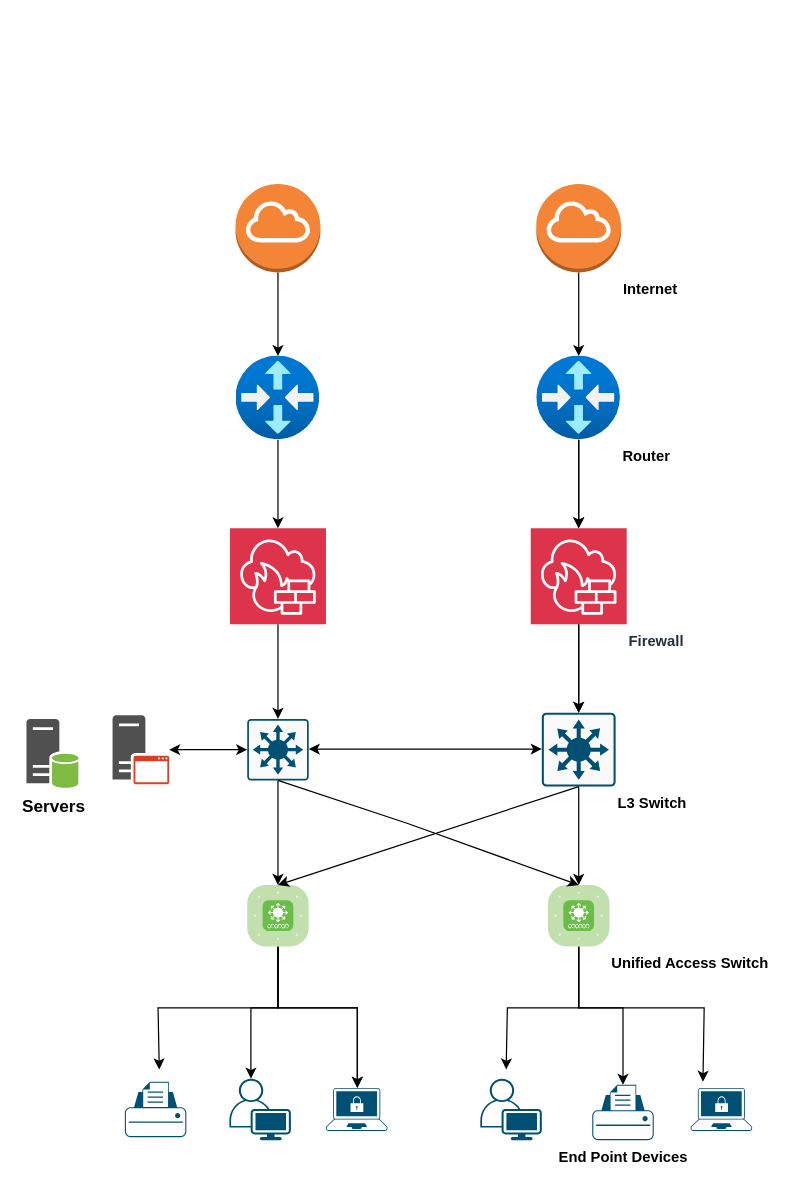
Earlier version of the draw.io diagram page "network Architecture" (3 of 3) of Untitled Diagram.drawio (BhanuTeja76/DBS). Source tidied: cells renumbered, new cells numbered last; positions are measured from the earlier drawing's top-left corner, leaving out a move shared by most shapes. Both pictures are drawn from the tidied source at 123%, with x=0, y=0 at pixel (26, 183).
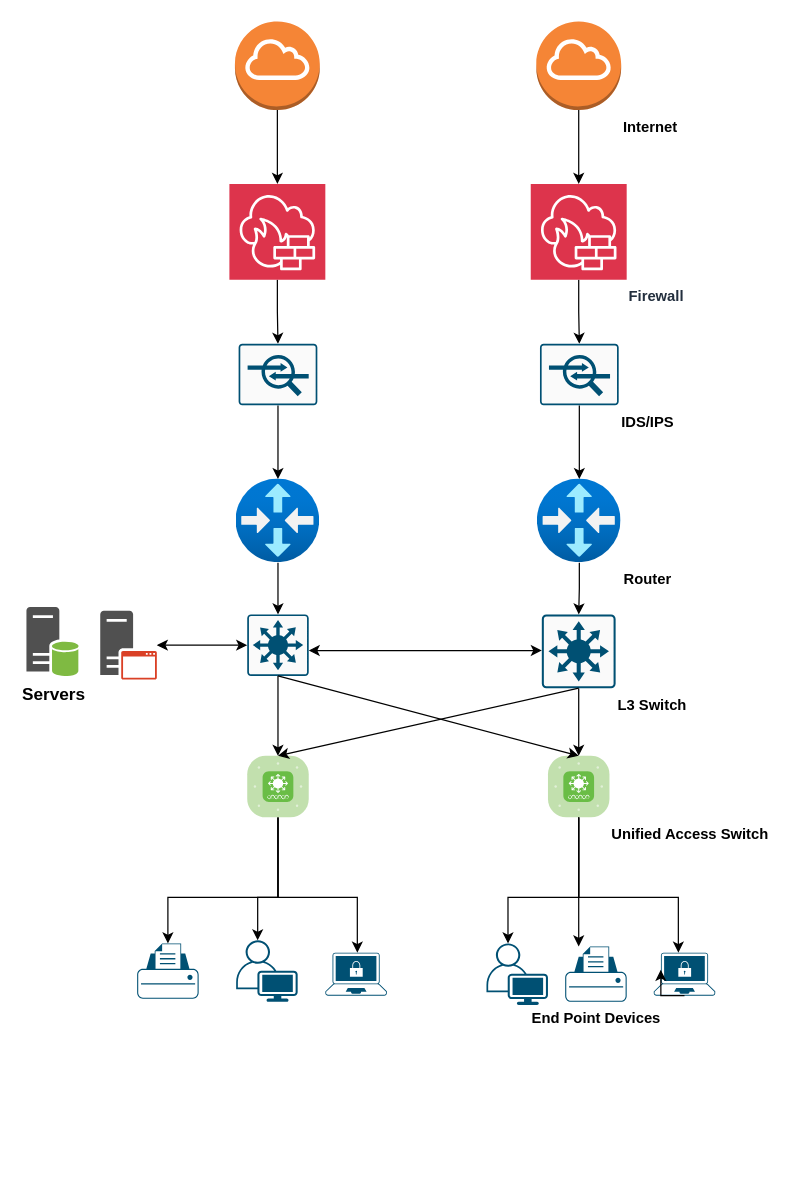
The same page after the edit.

Commit message:
Network Architecture Diagram

The edit, as a diff of the source:
```diff
@@
-    <mxCell id="2" style="edgeStyle=orthogonalEdgeStyle;rounded=0;jettySize=auto;html=1;" parent="1" edge="1" source="3" target="10">
-      <mxGeometry relative="1" as="geometry" />
-    </mxCell>
+    <mxCell id="41" style="edgeStyle=orthogonalEdgeStyle;rounded=0;jettySize=auto;html=1;" parent="1" edge="1" source="3" target="16">
+      <mxGeometry relative="1" as="geometry" />
+    </mxCell>
     <mxCell id="3" style="outlineConnect=0;dashed=0;verticalLabelPosition=bottom;verticalAlign=top;align=center;html=1;shape=mxgraph.aws3.internet_gateway;fillColor=#F58536;gradientColor=none;" parent="1" vertex="1">
-      <mxGeometry x="170" width="69" height="72" as="geometry" />
+      <mxGeometry x="169.5" y="-132" width="69" height="72" as="geometry" />
     </mxCell>
-    <mxCell id="4" style="edgeStyle=orthogonalEdgeStyle;rounded=0;jettySize=auto;html=1;" parent="1" edge="1" source="5" target="8">
-      <mxGeometry relative="1" as="geometry" />
-    </mxCell>
+    <mxCell id="42" style="edgeStyle=orthogonalEdgeStyle;rounded=0;jettySize=auto;html=1;" parent="1" edge="1" source="5" target="19">
+      <mxGeometry relative="1" as="geometry" />
+    </mxCell>
     <mxCell id="5" value="Internet" style="outlineConnect=0;dashed=0;verticalLabelPosition=bottom;verticalAlign=top;align=left;shape=mxgraph.aws3.internet_gateway;fillColor=#F58536;gradientColor=none;labelBackgroundColor=default;textShadow=0;fontStyle=1;labelPosition=right;" parent="1" vertex="1">
-      <mxGeometry x="414.5" width="69" height="72" as="geometry" />
+      <mxGeometry x="414.5" y="-132" width="69" height="72" as="geometry" />
     </mxCell>
-    <mxCell id="6" style="edgeStyle=orthogonalEdgeStyle;rounded=0;jettySize=auto;html=1;" parent="1" edge="1" source="8" target="19">
-      <mxGeometry relative="1" as="geometry" />
-    </mxCell>
-    <mxCell id="7" style="edgeStyle=orthogonalEdgeStyle;rounded=0;jettySize=auto;html=1;" parent="1" edge="1" source="8" target="19">
-      <mxGeometry relative="1" as="geometry" />
-    </mxCell>
-    <mxCell id="8" value="Router&lt;div&gt;&lt;br&gt;&lt;/div&gt;" style="image;html=1;points=[];align=left;fontSize=12;image=img/lib/azure2/networking/Virtual_Router.svg;fontStyle=1;labelPosition=right;verticalLabelPosition=bottom;verticalAlign=top;" parent="1" vertex="1">
-      <mxGeometry x="415" y="140" width="68" height="68" as="geometry" />
-    </mxCell>
-    <mxCell id="9" style="edgeStyle=orthogonalEdgeStyle;rounded=0;jettySize=auto;html=1;" parent="1" edge="1" source="10" target="16">
-      <mxGeometry relative="1" as="geometry" />
-    </mxCell>
-    <mxCell id="10" style="image;html=1;points=[];align=center;fontSize=12;image=img/lib/azure2/networking/Virtual_Router.svg;" parent="1" vertex="1">
-      <mxGeometry x="170.5" y="140" width="68" height="68" as="geometry" />
-    </mxCell>
@@
     <mxCell id="12" value="L3 Switch&lt;div&gt;&lt;br&gt;&lt;/div&gt;" style="sketch=0;points=[[0.015,0.015,0],[0.985,0.015,0],[0.985,0.985,0],[0.015,0.985,0],[0.25,0,0],[0.5,0,0],[0.75,0,0],[1,0.25,0],[1,0.5,0],[1,0.75,0],[0.75,1,0],[0.5,1,0],[0.25,1,0],[0,0.75,0],[0,0.5,0],[0,0.25,0]];verticalLabelPosition=bottom;html=1;verticalAlign=top;align=left;shape=mxgraph.cisco19.rect;prIcon=l3_switch;fillColor=#FAFAFA;strokeColor=#005073;fontStyle=1;labelPosition=right;" parent="1" vertex="1">
-      <mxGeometry x="419" y="430" width="60" height="60" as="geometry" />
+      <mxGeometry x="419" y="350" width="60" height="60" as="geometry" />
     </mxCell>
@@
     <mxCell id="14" style="sketch=0;points=[[0.015,0.015,0],[0.985,0.015,0],[0.985,0.985,0],[0.015,0.985,0],[0.25,0,0],[0.5,0,0],[0.75,0,0],[1,0.25,0],[1,0.5,0],[1,0.75,0],[0.75,1,0],[0.5,1,0],[0.25,1,0],[0,0.75,0],[0,0.5,0],[0,0.25,0]];verticalLabelPosition=bottom;html=1;verticalAlign=top;align=center;shape=mxgraph.cisco19.rect;prIcon=l3_switch;fillColor=#FAFAFA;strokeColor=#005073;" parent="1" vertex="1">
-      <mxGeometry x="179.5" y="435" width="50" height="50" as="geometry" />
+      <mxGeometry x="179.5" y="350" width="50" height="50" as="geometry" />
     </mxCell>
-    <mxCell id="15" style="edgeStyle=orthogonalEdgeStyle;rounded=0;jettySize=auto;html=1;" parent="1" edge="1" source="16" target="14">
+    <mxCell id="15" style="edgeStyle=orthogonalEdgeStyle;rounded=0;jettySize=auto;html=1;" parent="1" edge="1" source="10" target="14">
       <mxGeometry relative="1" as="geometry" />
     </mxCell>
+    <mxCell id="43" style="edgeStyle=orthogonalEdgeStyle;rounded=0;jettySize=auto;html=1;" parent="1" edge="1" source="16" target="49">
+      <mxGeometry relative="1" as="geometry" />
+    </mxCell>
     <mxCell id="16" style="sketch=0;points=[[0,0,0],[0.25,0,0],[0.5,0,0],[0.75,0,0],[1,0,0],[0,1,0],[0.25,1,0],[0.5,1,0],[0.75,1,0],[1,1,0],[0,0.25,0],[0,0.5,0],[0,0.75,0],[1,0.25,0],[1,0.5,0],[1,0.75,0]];outlineConnect=0;fontColor=#232F3E;fillColor=#DD344C;strokeColor=#ffffff;dashed=0;verticalLabelPosition=bottom;verticalAlign=top;align=center;html=1;fontSize=12;fontStyle=0;shape=mxgraph.aws4.resourceIcon;resIcon=mxgraph.aws4.network_firewall;" parent="1" vertex="1">
-      <mxGeometry x="165.5" y="280" width="78" height="78" as="geometry" />
+      <mxGeometry x="165" width="78" height="78" as="geometry" />
     </mxCell>
-    <mxCell id="17" style="edgeStyle=orthogonalEdgeStyle;rounded=0;jettySize=auto;html=1;" parent="1" edge="1" source="19" target="12">
-      <mxGeometry relative="1" as="geometry" />
-    </mxCell>
-    <mxCell id="18" style="edgeStyle=orthogonalEdgeStyle;rounded=0;jettySize=auto;html=1;" parent="1" edge="1" source="19" target="12">
+    <mxCell id="18" style="edgeStyle=orthogonalEdgeStyle;rounded=0;jettySize=auto;html=1;" parent="1" edge="1" source="8" target="12">
       <mxGeometry relative="1" as="geometry" />
     </mxCell>
+    <mxCell id="44" style="edgeStyle=orthogonalEdgeStyle;rounded=0;jettySize=auto;html=1;" parent="1" edge="1" source="19" target="51">
+      <mxGeometry relative="1" as="geometry" />
+    </mxCell>
     <mxCell id="19" value="Firewall" style="sketch=0;points=[[0,0,0],[0.25,0,0],[0.5,0,0],[0.75,0,0],[1,0,0],[0,1,0],[0.25,1,0],[0.5,1,0],[0.75,1,0],[1,1,0],[0,0.25,0],[0,0.5,0],[0,0.75,0],[1,0.25,0],[1,0.5,0],[1,0.75,0]];outlineConnect=0;fontColor=#232F3E;fillColor=#DD344C;strokeColor=#ffffff;dashed=0;verticalLabelPosition=bottom;verticalAlign=top;align=left;html=1;fontSize=12;fontStyle=1;shape=mxgraph.aws4.resourceIcon;resIcon=mxgraph.aws4.network_firewall;labelBackgroundColor=default;labelPosition=right;" parent="1" vertex="1">
-      <mxGeometry x="410" y="280" width="78" height="78" as="geometry" />
+      <mxGeometry x="410" width="78" height="78" as="geometry" />
     </mxCell>
-    <mxCell id="20" style="edgeStyle=orthogonalEdgeStyle;rounded=0;jettySize=auto;html=1;" parent="1" edge="1" source="24" target="31">
-      <mxGeometry relative="1" as="geometry">
-        <Array as="points">
-          <mxPoint x="205" y="670" />
-          <mxPoint x="269" y="670" />
-        </Array>
-      </mxGeometry>
-    </mxCell>
     <mxCell id="21" style="edgeStyle=orthogonalEdgeStyle;rounded=0;jettySize=auto;html=1;" parent="1" edge="1" source="24" target="31">
       <mxGeometry relative="1" as="geometry">
         <Array as="points">
-          <mxPoint x="205" y="670" />
-          <mxPoint x="269" y="670" />
+          <mxPoint x="204" y="580" />
+          <mxPoint x="269" y="580" />
         </Array>
       </mxGeometry>
     </mxCell>
+    <mxCell id="45" style="edgeStyle=orthogonalEdgeStyle;rounded=0;jettySize=auto;html=1;entryX=0.5;entryY=0;entryDx=0;entryDy=0;entryPerimeter=0;" parent="1" edge="1" source="24" target="29">
+      <mxGeometry relative="1" as="geometry">
+        <Array as="points">
+          <mxPoint x="204" y="580" />
+          <mxPoint x="115" y="580" />
+        </Array>
+      </mxGeometry>
+    </mxCell>
     <mxCell id="22" style="edgeStyle=orthogonalEdgeStyle;rounded=0;jettySize=auto;html=1;entryX=0.35;entryY=0;entryDx=0;entryDy=0;entryPerimeter=0;" parent="1" edge="1" source="24" target="30">
       <mxGeometry relative="1" as="geometry">
         <Array as="points">
-          <mxPoint x="205" y="670" />
-          <mxPoint x="183" y="670" />
+          <mxPoint x="204" y="580" />
+          <mxPoint x="188" y="580" />
         </Array>
       </mxGeometry>
     </mxCell>
-    <mxCell id="23" style="edgeStyle=orthogonalEdgeStyle;rounded=0;jettySize=auto;html=1;" parent="1" edge="1" source="24">
-      <mxGeometry relative="1" as="geometry">
-        <mxPoint x="108" y="720" as="targetPoint" />
-        <Array as="points">
-          <mxPoint x="205" y="670" />
-          <mxPoint x="107" y="670" />
-        </Array>
-      </mxGeometry>
-    </mxCell>
     <mxCell id="24" style="verticalLabelPosition=bottom;sketch=0;html=1;fillColor=#6ABD46;strokeColor=#ffffff;verticalAlign=top;align=center;points=[[0.085,0.085,0],[0.915,0.085,0],[0.915,0.915,0],[0.085,0.915,0],[0.25,0,0],[0.5,0,0],[0.75,0,0],[1,0.25,0],[1,0.5,0],[1,0.75,0],[0.75,1,0],[0.5,1,0],[0.25,1,0],[0,0.75,0],[0,0.5,0],[0,0.25,0]];shape=mxgraph.cisco_safe.compositeIcon;bgIcon=mxgraph.cisco_safe.architecture.generic_appliance;resIcon=mxgraph.cisco_safe.architecture.unified_access_switch;" parent="1" vertex="1">
-      <mxGeometry x="179.5" y="570" width="50" height="50" as="geometry" />
+      <mxGeometry x="179.5" y="465" width="50" height="50" as="geometry" />
     </mxCell>
     <mxCell id="25" style="edgeStyle=orthogonalEdgeStyle;rounded=0;jettySize=auto;html=1;" parent="1" edge="1" source="28" target="34">
       <mxGeometry relative="1" as="geometry">
         <Array as="points">
-          <mxPoint x="449" y="670" />
-          <mxPoint x="485" y="670" />
+          <mxPoint x="450" y="630" />
+          <mxPoint x="450" y="630" />
         </Array>
       </mxGeometry>
     </mxCell>
-    <mxCell id="26" style="edgeStyle=orthogonalEdgeStyle;rounded=0;jettySize=auto;html=1;" parent="1" edge="1" source="28">
-      <mxGeometry relative="1" as="geometry">
-        <mxPoint x="550" y="730" as="targetPoint" />
-        <Array as="points">
-          <mxPoint x="449" y="670" />
-          <mxPoint x="551" y="670" />
-        </Array>
-      </mxGeometry>
-    </mxCell>
-    <mxCell id="27" style="edgeStyle=orthogonalEdgeStyle;rounded=0;jettySize=auto;html=1;" parent="1" edge="1" source="28">
+    <mxCell id="27" style="edgeStyle=orthogonalEdgeStyle;rounded=0;jettySize=auto;html=1;entryX=0.35;entryY=0;entryDx=0;entryDy=0;entryPerimeter=0;" parent="1" edge="1" source="28" target="33">
       <mxGeometry relative="1" as="geometry">
-        <mxPoint x="390" y="720" as="targetPoint" />
         <Array as="points">
-          <mxPoint x="449" y="670" />
-          <mxPoint x="391" y="670" />
+          <mxPoint x="449" y="580" />
+          <mxPoint x="391" y="580" />
         </Array>
       </mxGeometry>
     </mxCell>
     <mxCell id="28" value="Unified Access Switch" style="verticalLabelPosition=bottom;sketch=0;html=1;fillColor=#6ABD46;strokeColor=#ffffff;verticalAlign=top;align=left;points=[[0.085,0.085,0],[0.915,0.085,0],[0.915,0.915,0],[0.085,0.915,0],[0.25,0,0],[0.5,0,0],[0.75,0,0],[1,0.25,0],[1,0.5,0],[1,0.75,0],[0.75,1,0],[0.5,1,0],[0.25,1,0],[0,0.75,0],[0,0.5,0],[0,0.25,0]];shape=mxgraph.cisco_safe.compositeIcon;bgIcon=mxgraph.cisco_safe.architecture.generic_appliance;resIcon=mxgraph.cisco_safe.architecture.unified_access_switch;fontStyle=1;labelBackgroundColor=default;labelPosition=right;" parent="1" vertex="1">
-      <mxGeometry x="424" y="570" width="50" height="50" as="geometry" />
+      <mxGeometry x="424" y="465" width="50" height="50" as="geometry" />
     </mxCell>
     <mxCell id="29" style="points=[[0.22,0.185,0],[0.5,0,0],[0.78,0.185,0],[0.975,0.49,0],[1,0.73,0],[0.975,0.97,0],[0.5,1,0],[0.025,0.97,0],[0,0.73,0],[0.025,0.49,0]];verticalLabelPosition=bottom;sketch=0;html=1;verticalAlign=top;align=center;shape=mxgraph.cisco19.printer;fillColor=#005073;strokeColor=none;" parent="1" vertex="1">
-      <mxGeometry x="80" y="730" width="50" height="45" as="geometry" />
+      <mxGeometry x="90" y="617.5" width="50" height="45" as="geometry" />
     </mxCell>
     <mxCell id="30" style="points=[[0.35,0,0],[0.98,0.51,0],[1,0.71,0],[0.67,1,0],[0,0.795,0],[0,0.65,0]];verticalLabelPosition=bottom;sketch=0;html=1;verticalAlign=top;align=center;shape=mxgraph.cisco19.user;fillColor=#005073;strokeColor=none;" parent="1" vertex="1">
-      <mxGeometry x="165" y="727.5" width="50" height="50" as="geometry" />
+      <mxGeometry x="170.5" y="615" width="50" height="50" as="geometry" />
     </mxCell>
     <mxCell id="31" style="points=[[0.13,0.02,0],[0.5,0,0],[0.87,0.02,0],[0.885,0.4,0],[0.985,0.985,0],[0.5,1,0],[0.015,0.985,0],[0.115,0.4,0]];verticalLabelPosition=bottom;sketch=0;html=1;verticalAlign=top;align=center;shape=mxgraph.cisco19.secure_endpoints;fillColor=#005073;strokeColor=none;" parent="1" vertex="1">
-      <mxGeometry x="243.5" y="735" width="50" height="35" as="geometry" />
+      <mxGeometry x="243" y="625" width="50" height="35" as="geometry" />
     </mxCell>
-    <mxCell id="32" style="points=[[0.13,0.02,0],[0.5,0,0],[0.87,0.02,0],[0.885,0.4,0],[0.985,0.985,0],[0.5,1,0],[0.015,0.985,0],[0.115,0.4,0]];verticalLabelPosition=bottom;sketch=0;html=1;verticalAlign=top;align=center;shape=mxgraph.cisco19.secure_endpoints;fillColor=#005073;strokeColor=none;" parent="1" vertex="1">
-      <mxGeometry x="540" y="735" width="50" height="35" as="geometry" />
-    </mxCell>
     <mxCell id="33" style="points=[[0.35,0,0],[0.98,0.51,0],[1,0.71,0],[0.67,1,0],[0,0.795,0],[0,0.65,0]];verticalLabelPosition=bottom;sketch=0;html=1;verticalAlign=top;align=center;shape=mxgraph.cisco19.user;fillColor=#005073;strokeColor=none;" parent="1" vertex="1">
-      <mxGeometry x="369" y="727.5" width="50" height="50" as="geometry" />
+      <mxGeometry x="374" y="617.5" width="50" height="50" as="geometry" />
     </mxCell>
     <mxCell id="34" value="End Point Devices" style="points=[[0.22,0.185,0],[0.5,0,0],[0.78,0.185,0],[0.975,0.49,0],[1,0.73,0],[0.975,0.97,0],[0.5,1,0],[0.025,0.97,0],[0,0.73,0],[0.025,0.49,0]];verticalLabelPosition=bottom;sketch=0;html=1;verticalAlign=top;align=center;shape=mxgraph.cisco19.printer;fillColor=#005073;strokeColor=none;fontStyle=1;labelBackgroundColor=default;textShadow=0;" parent="1" vertex="1">
-      <mxGeometry x="460" y="732.5" width="50" height="45" as="geometry" />
+      <mxGeometry x="438" y="620" width="50" height="45" as="geometry" />
     </mxCell>
     <mxCell id="35" style="endArrow=classic;startArrow=classic;html=1;rounded=0;entryX=0;entryY=0.5;entryDx=0;entryDy=0;entryPerimeter=0;exitX=1;exitY=0.5;exitDx=0;exitDy=0;exitPerimeter=0;" parent="1" edge="1">
       <mxGeometry relative="1" as="geometry">
-        <mxPoint x="229.5" y="459.5" as="sourcePoint" />
-        <mxPoint x="419" y="459.5" as="targetPoint" />
+        <mxPoint x="229.5" y="379.4" as="sourcePoint" />
+        <mxPoint x="419" y="379.4" as="targetPoint" />
       </mxGeometry>
     </mxCell>
     <mxCell id="36" style="endArrow=classic;html=1;rounded=0;entryX=0.5;entryY=0;entryDx=0;entryDy=0;entryPerimeter=0;exitX=0.5;exitY=1;exitDx=0;exitDy=0;exitPerimeter=0;" parent="1" edge="1" source="14" target="28">
-      <mxGeometry relative="1" as="geometry">
-        <Array as="points">
-          <mxPoint x="310" y="520" />
-        </Array>
-      </mxGeometry>
+      <mxGeometry relative="1" as="geometry" />
     </mxCell>
@@
     <mxCell id="38" value="Servers" style="sketch=0;shadow=0;dashed=0;html=1;strokeColor=none;fillColor=#505050;labelPosition=center;verticalLabelPosition=bottom;verticalAlign=top;align=center;shape=mxgraph.office.servers.database_server_green;fontStyle=1;fontSize=14;" parent="1" vertex="1">
-      <mxGeometry y="435" width="43" height="56" as="geometry" />
+      <mxGeometry y="344" width="43" height="56" as="geometry" />
     </mxCell>
     <mxCell id="39" style="sketch=0;shadow=0;dashed=0;html=1;strokeColor=none;fillColor=#505050;labelPosition=center;verticalLabelPosition=bottom;verticalAlign=top;outlineConnect=0;align=center;shape=mxgraph.office.servers.application_server_orange;" parent="1" vertex="1">
-      <mxGeometry x="70" y="432" width="46" height="56" as="geometry" />
+      <mxGeometry x="60" y="347" width="46" height="56" as="geometry" />
     </mxCell>
@@
+    <mxCell id="10" style="image;html=1;points=[];align=center;fontSize=12;image=img/lib/azure2/networking/Virtual_Router.svg;" parent="1" vertex="1">
+      <mxGeometry x="170.5" y="240" width="68" height="68" as="geometry" />
+    </mxCell>
+    <mxCell id="8" value="Router&lt;div&gt;&lt;br&gt;&lt;/div&gt;" style="image;html=1;points=[];align=left;fontSize=12;image=img/lib/azure2/networking/Virtual_Router.svg;fontStyle=1;labelPosition=right;verticalLabelPosition=bottom;verticalAlign=top;" parent="1" vertex="1">
+      <mxGeometry x="415.5" y="240" width="68" height="68" as="geometry" />
+    </mxCell>
+    <mxCell id="46" style="edgeStyle=orthogonalEdgeStyle;rounded=0;jettySize=auto;html=1;" parent="1" edge="1" source="28" target="32">
+      <mxGeometry relative="1" as="geometry">
+        <Array as="points">
+          <mxPoint x="449" y="580" />
+          <mxPoint x="530" y="580" />
+        </Array>
+      </mxGeometry>
+    </mxCell>
+    <mxCell id="32" style="points=[[0.13,0.02,0],[0.5,0,0],[0.87,0.02,0],[0.885,0.4,0],[0.985,0.985,0],[0.5,1,0],[0.015,0.985,0],[0.115,0.4,0]];verticalLabelPosition=bottom;sketch=0;html=1;verticalAlign=top;align=center;shape=mxgraph.cisco19.secure_endpoints;fillColor=#005073;strokeColor=none;" parent="1" vertex="1">
+      <mxGeometry x="510" y="625" width="50" height="35" as="geometry" />
+    </mxCell>
+    <mxCell id="47" style="edgeStyle=orthogonalEdgeStyle;rounded=0;orthogonalLoop=1;jettySize=auto;html=1;exitX=0.5;exitY=1;exitDx=0;exitDy=0;exitPerimeter=0;entryX=0.115;entryY=0.4;entryDx=0;entryDy=0;entryPerimeter=0;" parent="1" edge="1" source="32" target="32">
+      <mxGeometry relative="1" as="geometry" />
+    </mxCell>
+    <mxCell id="48" style="edgeStyle=orthogonalEdgeStyle;rounded=0;jettySize=auto;html=1;" parent="1" edge="1" source="49" target="10">
+      <mxGeometry relative="1" as="geometry" />
+    </mxCell>
+    <mxCell id="49" style="sketch=0;points=[[0.015,0.015,0],[0.985,0.015,0],[0.985,0.985,0],[0.015,0.985,0],[0.25,0,0],[0.5,0,0],[0.75,0,0],[1,0.25,0],[1,0.5,0],[1,0.75,0],[0.75,1,0],[0.5,1,0],[0.25,1,0],[0,0.75,0],[0,0.5,0],[0,0.25,0]];verticalLabelPosition=bottom;html=1;verticalAlign=top;align=center;shape=mxgraph.cisco19.rect;prIcon=ips_ids;fillColor=#FAFAFA;strokeColor=#005073;" parent="1" vertex="1">
+      <mxGeometry x="172.5" y="130" width="64" height="50" as="geometry" />
+    </mxCell>
+    <mxCell id="50" style="edgeStyle=orthogonalEdgeStyle;rounded=0;jettySize=auto;html=1;" parent="1" edge="1" source="51" target="8">
+      <mxGeometry relative="1" as="geometry" />
+    </mxCell>
+    <mxCell id="51" value="IDS/IPS" style="sketch=0;points=[[0.015,0.015,0],[0.985,0.015,0],[0.985,0.985,0],[0.015,0.985,0],[0.25,0,0],[0.5,0,0],[0.75,0,0],[1,0.25,0],[1,0.5,0],[1,0.75,0],[0.75,1,0],[0.5,1,0],[0.25,1,0],[0,0.75,0],[0,0.5,0],[0,0.25,0]];verticalLabelPosition=bottom;html=1;verticalAlign=top;align=left;shape=mxgraph.cisco19.rect;prIcon=ips_ids;fillColor=#FAFAFA;strokeColor=#005073;fontStyle=1;labelPosition=right;labelBackgroundColor=default;" parent="1" vertex="1">
+      <mxGeometry x="417.5" y="130" width="64" height="50" as="geometry" />
+    </mxCell>
```
